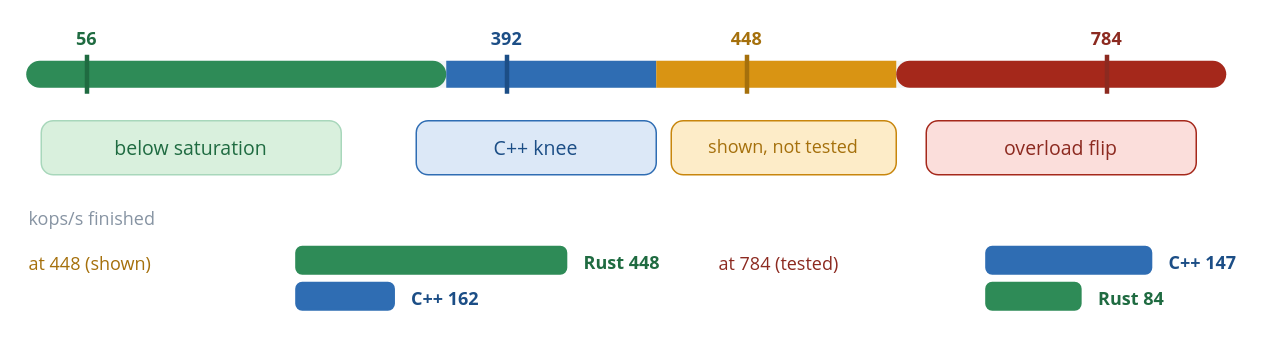
Before: diagrams/30_load_regimes.drawio in VienThanh12/Master-Thesis, a draw.io diagram. Source tidied: cells renumbered, new cells numbered last; positions are measured from the earlier drawing's top-left corner, leaving out a move shared by most shapes. Both pictures are drawn from the tidied source at 150%, with x=0, y=0 at pixel (26, 26).
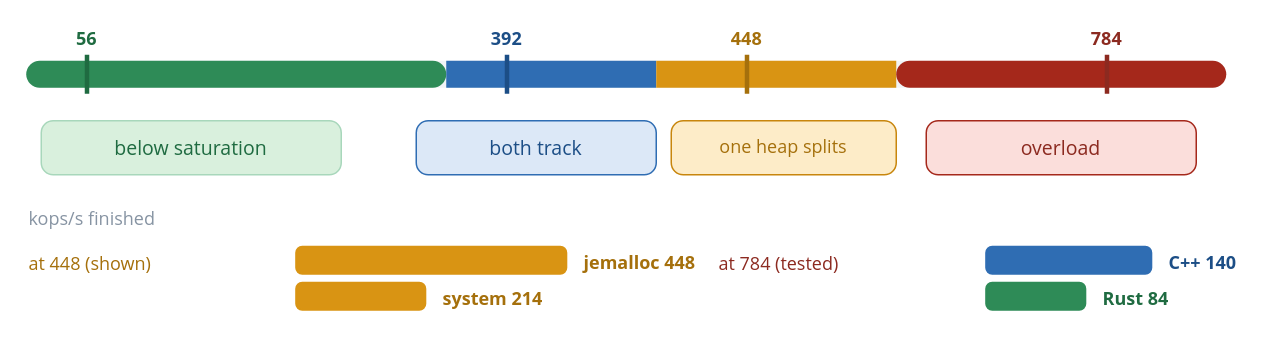
The same diagram, later.

Commit message (it also covers changes not shown here):
Update load-regimes diagram builder to support allocator-split knee (jemalloc/system) alongside language-knee (C++/Rust), and regenerate SVG

Diff of the diagram source:
```diff
@@
-    <mxCell id="16" value="C++ knee" style="rounded=1;absoluteArcSize=1;arcSize=16;whiteSpace=wrap;html=1;fillColor=#dce8f7;strokeColor=#2f6db3;align=center;verticalAlign=middle;fontSize=13;fontColor=#1c4e86;fontFamily=Segoe UI;" parent="1" vertex="1">
+    <mxCell id="16" value="both track" style="rounded=1;absoluteArcSize=1;arcSize=16;whiteSpace=wrap;html=1;fillColor=#dce8f7;strokeColor=#2f6db3;align=center;verticalAlign=middle;fontSize=13;fontColor=#1c4e86;fontFamily=Segoe UI;" parent="1" vertex="1">
       <mxGeometry x="260" y="63" width="160" height="36" as="geometry" />
     </mxCell>
-    <mxCell id="17" value="shown, not tested" style="rounded=1;absoluteArcSize=1;arcSize=16;whiteSpace=wrap;html=1;fillColor=#fdecc8;strokeColor=#c8860d;align=center;verticalAlign=middle;fontSize=12;fontColor=#a5700c;fontFamily=Segoe UI;" parent="1" vertex="1">
+    <mxCell id="17" value="one heap splits" style="rounded=1;absoluteArcSize=1;arcSize=16;whiteSpace=wrap;html=1;fillColor=#fdecc8;strokeColor=#c8860d;align=center;verticalAlign=middle;fontSize=12;fontColor=#a5700c;fontFamily=Segoe UI;" parent="1" vertex="1">
       <mxGeometry x="430" y="63" width="150" height="36" as="geometry" />
     </mxCell>
-    <mxCell id="18" value="overload flip" style="rounded=1;absoluteArcSize=1;arcSize=16;whiteSpace=wrap;html=1;fillColor=#fbdedb;strokeColor=#a5281b;align=center;verticalAlign=middle;fontSize=13;fontColor=#8c2a20;fontFamily=Segoe UI;" parent="1" vertex="1">
+    <mxCell id="18" value="overload" style="rounded=1;absoluteArcSize=1;arcSize=16;whiteSpace=wrap;html=1;fillColor=#fbdedb;strokeColor=#a5281b;align=center;verticalAlign=middle;fontSize=13;fontColor=#8c2a20;fontFamily=Segoe UI;" parent="1" vertex="1">
       <mxGeometry x="600" y="63" width="180" height="36" as="geometry" />
     </mxCell>
@@
-    <mxCell id="21" style="rounded=1;whiteSpace=wrap;html=1;absoluteArcSize=1;arcSize=8;fillColor=#2e8b57;strokeColor=#2e8b57;strokeWidth=1.4;" parent="1" vertex="1">
+    <mxCell id="21" style="rounded=1;whiteSpace=wrap;html=1;absoluteArcSize=1;arcSize=8;fillColor=#d99413;strokeColor=#d99413;strokeWidth=1.4;" parent="1" vertex="1">
       <mxGeometry x="180" y="147" width="180" height="18" as="geometry" />
     </mxCell>
-    <mxCell id="22" value="Rust  448" style="text;html=1;strokeColor=none;fillColor=none;whiteSpace=nowrap;align=left;verticalAlign=middle;fontSize=12;fontColor=#1f6b41;fontFamily=Segoe UI;fontStyle=1;" parent="1" vertex="1">
-      <mxGeometry x="370" y="148.6" width="58.9" height="18" as="geometry" />
+    <mxCell id="22" value="jemalloc  448" style="text;html=1;strokeColor=none;fillColor=none;whiteSpace=nowrap;align=left;verticalAlign=middle;fontSize=12;fontColor=#a5700c;fontFamily=Segoe UI;fontStyle=1;" parent="1" vertex="1">
+      <mxGeometry x="370" y="148.6" width="85" height="18" as="geometry" />
     </mxCell>
-    <mxCell id="23" style="rounded=1;whiteSpace=wrap;html=1;absoluteArcSize=1;arcSize=8;fillColor=#2f6db3;strokeColor=#2f6db3;strokeWidth=1.4;" parent="1" vertex="1">
-      <mxGeometry x="180" y="171" width="65.1" height="18" as="geometry" />
+    <mxCell id="23" style="rounded=1;whiteSpace=wrap;html=1;absoluteArcSize=1;arcSize=8;fillColor=#d99413;strokeColor=#d99413;strokeWidth=1.4;" parent="1" vertex="1">
+      <mxGeometry x="180" y="171" width="86" height="18" as="geometry" />
     </mxCell>
-    <mxCell id="24" value="C++  162" style="text;html=1;strokeColor=none;fillColor=none;whiteSpace=nowrap;align=left;verticalAlign=middle;fontSize=12;fontColor=#1c4e86;fontFamily=Segoe UI;fontStyle=1;" parent="1" vertex="1">
-      <mxGeometry x="255.1" y="172.6" width="52.3" height="18" as="geometry" />
+    <mxCell id="24" value="system  214" style="text;html=1;strokeColor=none;fillColor=none;whiteSpace=nowrap;align=left;verticalAlign=middle;fontSize=12;fontColor=#a5700c;fontFamily=Segoe UI;fontStyle=1;" parent="1" vertex="1">
+      <mxGeometry x="276" y="172.6" width="71.9" height="18" as="geometry" />
     </mxCell>
@@
-    <mxCell id="27" value="C++  147" style="text;html=1;strokeColor=none;fillColor=none;whiteSpace=nowrap;align=left;verticalAlign=middle;fontSize=12;fontColor=#1c4e86;fontFamily=Segoe UI;fontStyle=1;" parent="1" vertex="1">
+    <mxCell id="27" value="C++  140" style="text;html=1;strokeColor=none;fillColor=none;whiteSpace=nowrap;align=left;verticalAlign=middle;fontSize=12;fontColor=#1c4e86;fontFamily=Segoe UI;fontStyle=1;" parent="1" vertex="1">
       <mxGeometry x="760" y="148.6" width="52.3" height="18" as="geometry" />
     </mxCell>
     <mxCell id="28" style="rounded=1;whiteSpace=wrap;html=1;absoluteArcSize=1;arcSize=8;fillColor=#2e8b57;strokeColor=#2e8b57;strokeWidth=1.4;" parent="1" vertex="1">
-      <mxGeometry x="640" y="171" width="62.9" height="18" as="geometry" />
+      <mxGeometry x="640" y="171" width="66" height="18" as="geometry" />
     </mxCell>
     <mxCell id="29" value="Rust  84" style="text;html=1;strokeColor=none;fillColor=none;whiteSpace=nowrap;align=left;verticalAlign=middle;fontSize=12;fontColor=#1f6b41;fontFamily=Segoe UI;fontStyle=1;" parent="1" vertex="1">
-      <mxGeometry x="712.9" y="172.6" width="52.3" height="18" as="geometry" />
+      <mxGeometry x="716" y="172.6" width="52.3" height="18" as="geometry" />
     </mxCell>
```
